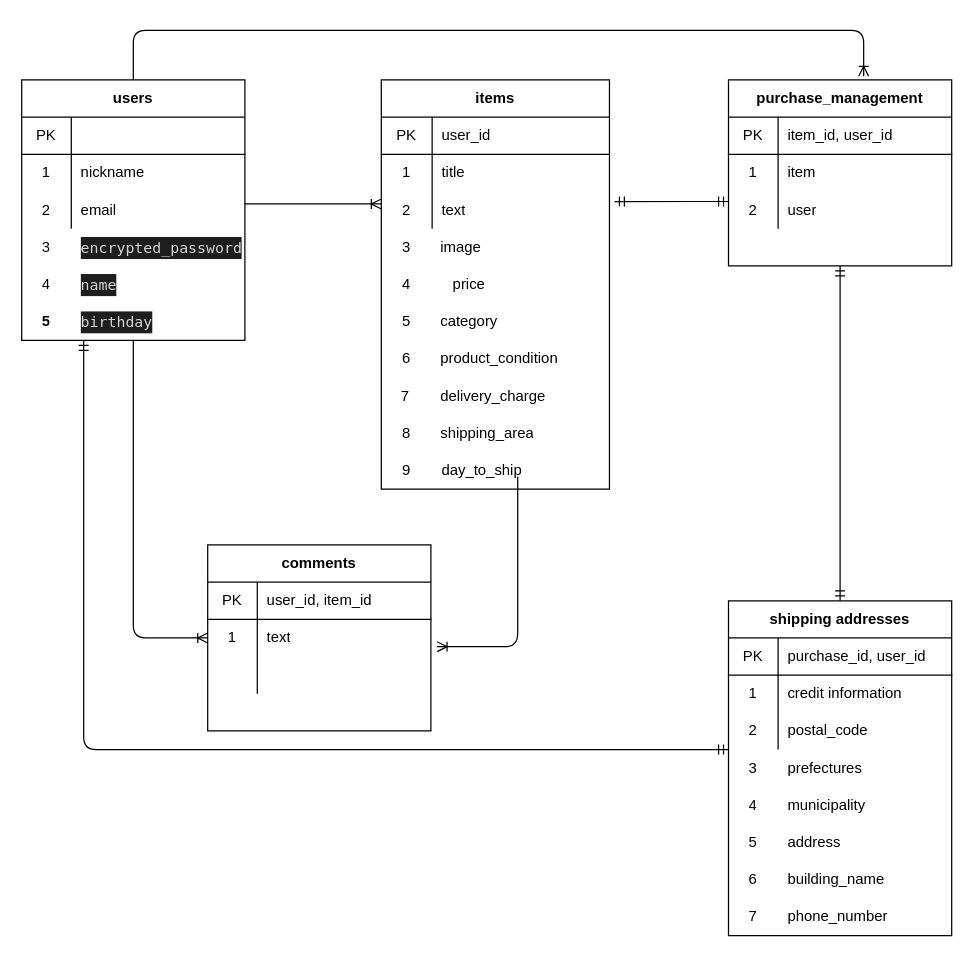
Earlier version of the draw.io diagram er.drawio (kokorouruou/furima-34713). Source tidied: cells renumbered, new cells numbered last; positions are measured from the earlier drawing's top-left corner, leaving out a move shared by most shapes. Both pictures are drawn from the tidied source at 124%, with x=0, y=0 at pixel (21, 30).
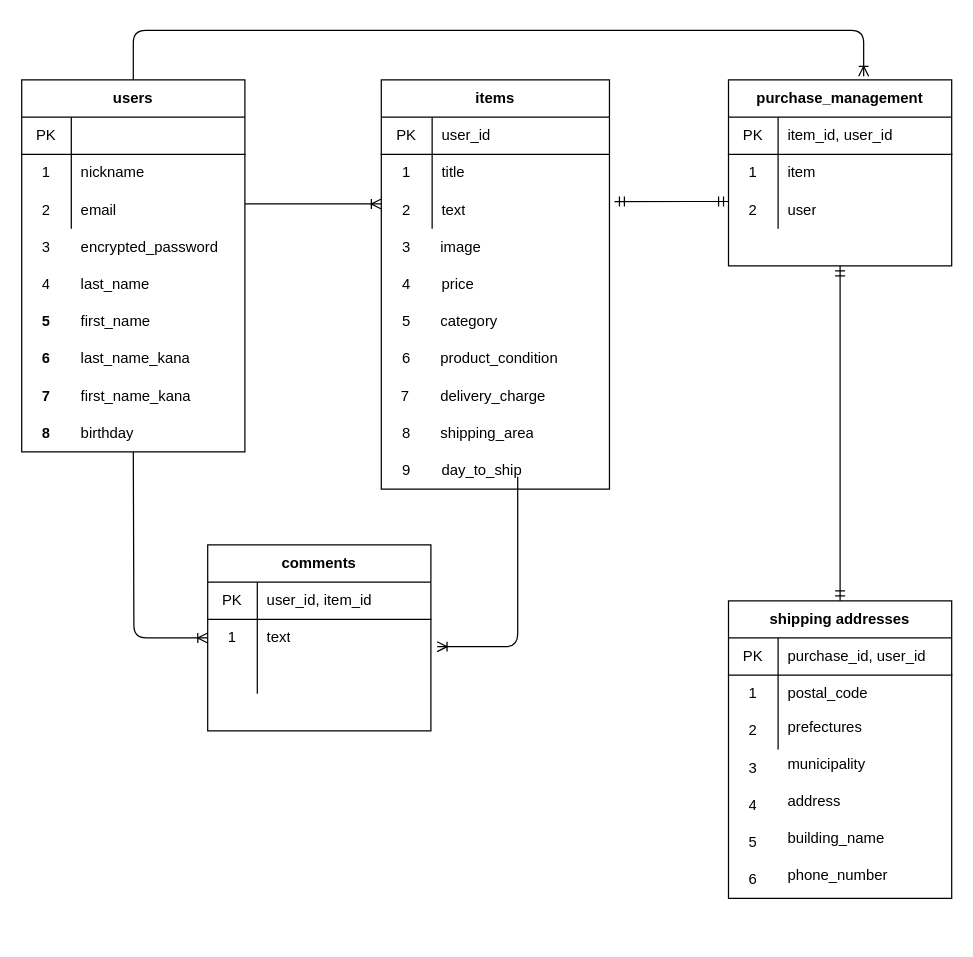
Above is the later version.

Commit message (it also covers changes not shown here):
ER図、README作成（再修正）

The change refers to these unchanged cells:
```xml
<mxCell id="16" style="shape=partialRectangle;html=1;whiteSpace=wrap;fillColor=none;top=0;left=0;bottom=0;right=0;points=[[0,0.5],[1,0.5]];portConstraint=eastwest;" parent="12" vertex="1">
  <mxGeometry y="60" width="180" height="30" as="geometry" />
</mxCell>
<mxCell id="51" style="shape=partialRectangle;html=1;whiteSpace=wrap;fillColor=none;top=0;left=0;bottom=0;right=0;" parent="47" vertex="1">
  <mxGeometry y="60" width="180" height="30" as="geometry" />
</mxCell>
<mxCell id="54" style="shape=partialRectangle;html=1;whiteSpace=wrap;fillColor=none;top=0;left=0;bottom=0;right=0;" parent="47" vertex="1">
  <mxGeometry y="90" width="180" height="30" as="geometry" />
</mxCell>
```

What changed in the source:
```diff
@@
     <mxCell id="32" value="users" style="shape=table;html=1;whiteSpace=wrap;startSize=30;childLayout=tableLayout;rowLines=0;fontStyle=1;align=center;" parent="1" vertex="1">
-      <mxGeometry y="40" width="180" height="210" as="geometry" />
+      <mxGeometry y="40" width="180" height="300" as="geometry" />
     </mxCell>
@@
-    <mxCell id="43" style="edgeStyle=orthogonalEdgeStyle;fontSize=12;html=1;endArrow=ERoneToMany;entryX=0;entryY=0.5;entryDx=0;entryDy=0;exitX=0.5;exitY=1;exitDx=0;exitDy=0;" parent="1" edge="1" source="32" target="16">
-      <mxGeometry relative="1" as="geometry" />
+    <mxCell id="43" style="edgeStyle=orthogonalEdgeStyle;fontSize=12;html=1;endArrow=ERoneToMany;entryX=0;entryY=0.5;entryDx=0;entryDy=0;" parent="1" edge="1" target="16">
+      <mxGeometry relative="1" as="geometry">
+        <mxPoint x="90" y="340" as="sourcePoint" />
+      </mxGeometry>
     </mxCell>
@@
     <mxCell id="47" value="shipping addresses" style="shape=table;html=1;whiteSpace=wrap;startSize=30;childLayout=tableLayout;rowLines=0;fontStyle=1;align=center;" parent="1" vertex="1">
-      <mxGeometry x="570" y="460" width="180" height="270" as="geometry" />
+      <mxGeometry x="570" y="460" width="180" height="240" as="geometry" />
     </mxCell>
@@
-    <mxCell id="53" value="credit information" style="shape=partialRectangle;html=1;whiteSpace=wrap;fillColor=none;top=0;left=0;bottom=0;right=0;align=left;spacingLeft=6;overflow=hidden;" parent="51" vertex="1">
+    <mxCell id="53" style="shape=partialRectangle;html=1;whiteSpace=wrap;fillColor=none;top=0;left=0;bottom=0;right=0;align=left;spacingLeft=6;overflow=hidden;" parent="51" vertex="1">
       <mxGeometry x="40" width="140" height="30" as="geometry" />
     </mxCell>
@@
-    <mxCell id="56" value="postal_code" style="shape=partialRectangle;html=1;whiteSpace=wrap;fillColor=none;top=0;left=0;bottom=0;right=0;align=left;spacingLeft=6;overflow=hidden;" parent="54" vertex="1">
+    <mxCell id="56" style="shape=partialRectangle;html=1;whiteSpace=wrap;fillColor=none;top=0;left=0;bottom=0;right=0;align=left;spacingLeft=6;overflow=hidden;" parent="54" vertex="1">
       <mxGeometry x="40" width="140" height="30" as="geometry" />
     </mxCell>
@@
-    <mxCell id="58" style="fontSize=12;html=1;endArrow=ERmandOne;startArrow=ERmandOne;" parent="1" edge="1">
-      <mxGeometry relative="1" as="geometry">
-        <mxPoint x="570" y="580" as="sourcePoint" />
-        <mxPoint x="50" y="250" as="targetPoint" />
-        <Array as="points">
-          <mxPoint x="50" y="580" />
-        </Array>
-      </mxGeometry>
-    </mxCell>
-    <mxCell id="59" value="&lt;div style=&quot;color: rgb(212 , 212 , 212) ; background-color: rgb(30 , 30 , 30) ; font-family: &amp;#34;menlo&amp;#34; , &amp;#34;monaco&amp;#34; , &amp;#34;courier new&amp;#34; , monospace ; line-height: 18px&quot;&gt;encrypted_password&lt;/div&gt;" style="shape=partialRectangle;html=1;whiteSpace=wrap;fillColor=none;top=0;left=0;bottom=0;right=0;align=left;spacingLeft=6;overflow=hidden;" parent="1" vertex="1">
+    <mxCell id="59" value="encrypted_password" style="shape=partialRectangle;html=1;whiteSpace=wrap;fillColor=none;top=0;left=0;bottom=0;right=0;align=left;spacingLeft=6;overflow=hidden;" parent="1" vertex="1">
       <mxGeometry x="40" y="160" width="140" height="30" as="geometry" />
     </mxCell>
@@
     <mxCell id="64" value="price" style="shape=partialRectangle;html=1;whiteSpace=wrap;fillColor=none;top=0;left=0;bottom=0;right=0;align=left;spacingLeft=6;overflow=hidden;" parent="1" vertex="1">
-      <mxGeometry x="340" y="190" width="143" height="30" as="geometry" />
+      <mxGeometry x="331" y="190" width="143" height="30" as="geometry" />
     </mxCell>
@@
-    <mxCell id="67" value="&lt;div style=&quot;color: rgb(212 , 212 , 212) ; background-color: rgb(30 , 30 , 30) ; font-family: &amp;#34;menlo&amp;#34; , &amp;#34;monaco&amp;#34; , &amp;#34;courier new&amp;#34; , monospace ; line-height: 18px&quot;&gt;name&lt;/div&gt;" style="shape=partialRectangle;html=1;whiteSpace=wrap;fillColor=none;top=0;left=0;bottom=0;right=0;align=left;spacingLeft=6;overflow=hidden;" parent="1" vertex="1">
-      <mxGeometry x="40" y="190" width="140" height="30" as="geometry" />
-    </mxCell>
-    <mxCell id="68" value="&lt;div style=&quot;color: rgb(212 , 212 , 212) ; background-color: rgb(30 , 30 , 30) ; font-family: &amp;#34;menlo&amp;#34; , &amp;#34;monaco&amp;#34; , &amp;#34;courier new&amp;#34; , monospace ; line-height: 18px&quot;&gt;birthday&lt;/div&gt;" style="shape=partialRectangle;html=1;whiteSpace=wrap;fillColor=none;top=0;left=0;bottom=0;right=0;align=left;spacingLeft=6;overflow=hidden;" parent="1" vertex="1">
-      <mxGeometry x="40" y="220" width="140" height="30" as="geometry" />
+    <mxCell id="68" value="last_name" style="shape=partialRectangle;html=1;whiteSpace=wrap;fillColor=none;top=0;left=0;bottom=0;right=0;align=left;spacingLeft=6;overflow=hidden;" parent="1" vertex="1">
+      <mxGeometry x="40" y="190" width="140" height="30" as="geometry" />
     </mxCell>
@@
     <mxCell id="82" value="prefectures" style="shape=partialRectangle;html=1;whiteSpace=wrap;fillColor=none;top=0;left=0;bottom=0;right=0;align=left;spacingLeft=6;overflow=hidden;" parent="1" vertex="1">
-      <mxGeometry x="610" y="580" width="140" height="30" as="geometry" />
+      <mxGeometry x="610" y="547" width="140" height="30" as="geometry" />
     </mxCell>
     <mxCell id="83" value="municipality" style="shape=partialRectangle;html=1;whiteSpace=wrap;fillColor=none;top=0;left=0;bottom=0;right=0;align=left;spacingLeft=6;overflow=hidden;" parent="1" vertex="1">
-      <mxGeometry x="610" y="610" width="140" height="30" as="geometry" />
+      <mxGeometry x="610" y="577" width="140" height="30" as="geometry" />
     </mxCell>
     <mxCell id="84" value="address" style="shape=partialRectangle;html=1;whiteSpace=wrap;fillColor=none;top=0;left=0;bottom=0;right=0;align=left;spacingLeft=6;overflow=hidden;" parent="1" vertex="1">
-      <mxGeometry x="610" y="640" width="140" height="30" as="geometry" />
+      <mxGeometry x="610" y="607" width="140" height="30" as="geometry" />
     </mxCell>
     <mxCell id="85" value="building_name" style="shape=partialRectangle;html=1;whiteSpace=wrap;fillColor=none;top=0;left=0;bottom=0;right=0;align=left;spacingLeft=6;overflow=hidden;" parent="1" vertex="1">
-      <mxGeometry x="610" y="670" width="140" height="30" as="geometry" />
+      <mxGeometry x="610" y="637" width="140" height="30" as="geometry" />
     </mxCell>
     <mxCell id="86" value="phone_number" style="shape=partialRectangle;html=1;whiteSpace=wrap;fillColor=none;top=0;left=0;bottom=0;right=0;align=left;spacingLeft=6;overflow=hidden;" parent="1" vertex="1">
-      <mxGeometry x="610" y="700" width="140" height="30" as="geometry" />
+      <mxGeometry x="610" y="667" width="140" height="30" as="geometry" />
     </mxCell>
@@
+    <mxCell id="92" value="6" style="shape=partialRectangle;html=1;whiteSpace=wrap;fillColor=none;top=0;left=0;bottom=0;right=0;overflow=hidden;fontStyle=1;" parent="1" vertex="1">
+      <mxGeometry y="250" width="40" height="30" as="geometry" />
+    </mxCell>
-    <mxCell id="91" value="7" style="shape=partialRectangle;html=1;whiteSpace=wrap;fillColor=none;top=0;left=0;bottom=0;right=0;overflow=hidden;" parent="1" vertex="1">
-      <mxGeometry x="570" y="700" width="40" height="30" as="geometry" />
+    <mxCell id="91" value="7" style="shape=partialRectangle;html=1;whiteSpace=wrap;fillColor=none;top=0;left=0;bottom=0;right=0;overflow=hidden;fontStyle=1;" parent="1" vertex="1">
+      <mxGeometry y="280" width="40" height="30" as="geometry" />
     </mxCell>
+    <mxCell id="93" value="8" style="shape=partialRectangle;html=1;whiteSpace=wrap;fillColor=none;top=0;left=0;bottom=0;right=0;overflow=hidden;fontStyle=1;" parent="1" vertex="1">
+      <mxGeometry y="310" width="40" height="30" as="geometry" />
+    </mxCell>
+    <mxCell id="94" value="first_name" style="shape=partialRectangle;html=1;whiteSpace=wrap;fillColor=none;top=0;left=0;bottom=0;right=0;align=left;spacingLeft=6;overflow=hidden;" parent="1" vertex="1">
+      <mxGeometry x="40" y="220" width="140" height="30" as="geometry" />
+    </mxCell>
+    <mxCell id="95" value="last_name_kana" style="shape=partialRectangle;html=1;whiteSpace=wrap;fillColor=none;top=0;left=0;bottom=0;right=0;align=left;spacingLeft=6;overflow=hidden;" parent="1" vertex="1">
+      <mxGeometry x="40" y="250" width="140" height="30" as="geometry" />
+    </mxCell>
+    <mxCell id="96" value="first_name_kana" style="shape=partialRectangle;html=1;whiteSpace=wrap;fillColor=none;top=0;left=0;bottom=0;right=0;align=left;spacingLeft=6;overflow=hidden;" parent="1" vertex="1">
+      <mxGeometry x="40" y="280" width="140" height="30" as="geometry" />
+    </mxCell>
+    <mxCell id="97" value="birthday" style="shape=partialRectangle;html=1;whiteSpace=wrap;fillColor=none;top=0;left=0;bottom=0;right=0;align=left;spacingLeft=6;overflow=hidden;" parent="1" vertex="1">
+      <mxGeometry x="40" y="310" width="140" height="30" as="geometry" />
+    </mxCell>
+    <mxCell id="98" value="postal_code" style="shape=partialRectangle;html=1;whiteSpace=wrap;fillColor=none;top=0;left=0;bottom=0;right=0;align=left;spacingLeft=6;overflow=hidden;" parent="1" vertex="1">
+      <mxGeometry x="610" y="520" width="140" height="30" as="geometry" />
+    </mxCell>
```
